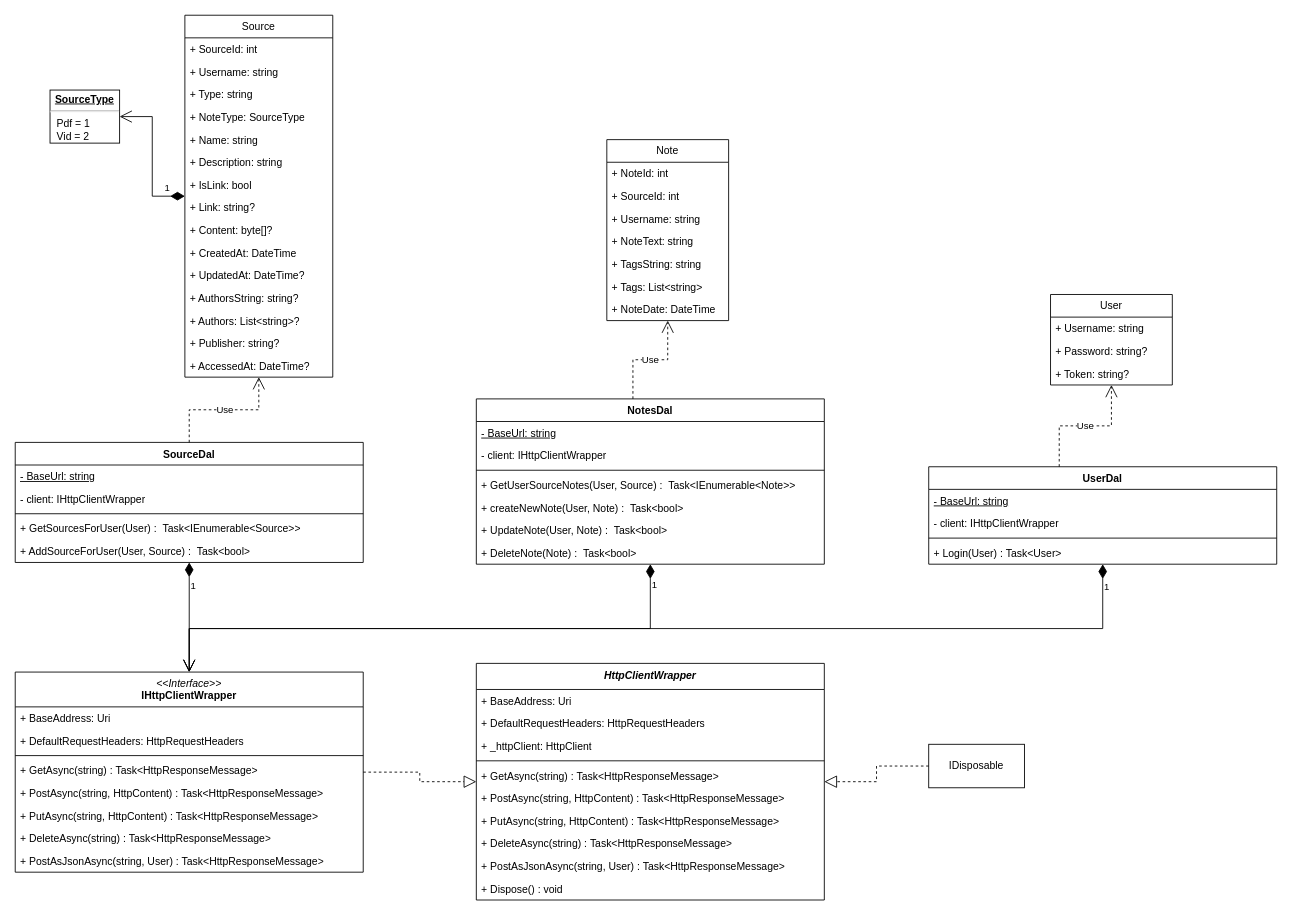
Earlier version of the draw.io diagram page "Desktop.Library" (3 of 3) of Documentation/Class Diagram/Class Diagram.drawio (StevenKight/CS4982-Group-2). Source tidied: cells renumbered, new cells numbered last; positions are measured from the earlier drawing's top-left corner, leaving out a move shared by most shapes. Both pictures are drawn from the tidied source at 87%, with x=0, y=0 at pixel (15, 15).
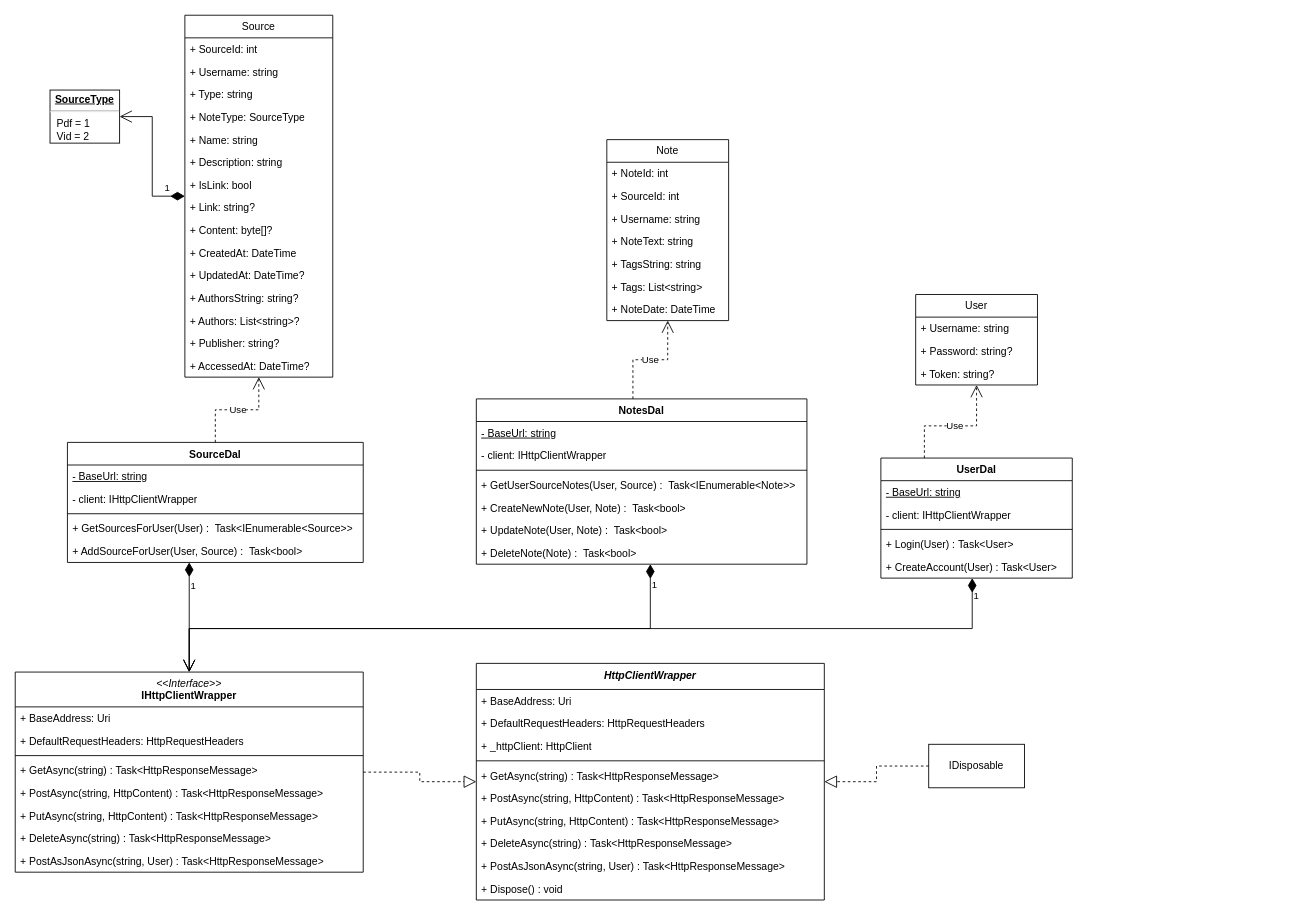
After the change.

Unchanged cells that the change refers to:
```xml
<mxCell id="54" value="&lt;i style=&quot;border-color: var(--border-color); font-weight: 400;&quot;&gt;&amp;lt;&amp;lt;Interface&amp;gt;&amp;gt;&lt;/i&gt;&lt;br&gt;IHttpClientWrapper" style="swimlane;fontStyle=1;align=center;verticalAlign=top;horizontal=1;startSize=40;whiteSpace=wrap;html=1;" parent="1" vertex="1">
  <mxGeometry y="755" width="400" height="230" as="geometry" />
</mxCell>
```

The edit, as a diff of the source:
```diff
@@
     <mxCell id="26" value="User" style="swimlane;fontStyle=0;horizontal=1;startSize=26;fillColor=none;whiteSpace=wrap;html=1;" parent="1" vertex="1">
-      <mxGeometry x="1190" y="321" width="140" height="104" as="geometry" />
+      <mxGeometry x="1035" y="321" width="140" height="104" as="geometry" />
     </mxCell>
@@
     <mxCell id="32" value="NotesDal" style="swimlane;fontStyle=1;align=center;verticalAlign=top;horizontal=1;startSize=26;whiteSpace=wrap;html=1;" parent="1" vertex="1">
-      <mxGeometry x="530" y="441" width="400" height="190" as="geometry" />
+      <mxGeometry x="530" y="441" width="380" height="190" as="geometry" />
     </mxCell>
     <mxCell id="33" value="&lt;u&gt;-&amp;nbsp;BaseUrl: string&lt;/u&gt;" style="text;strokeColor=none;fillColor=none;align=left;verticalAlign=top;spacingLeft=4;spacingRight=4;overflow=hidden;whiteSpace=wrap;html=1;" parent="32" vertex="1">
-      <mxGeometry y="26" width="400" height="26" as="geometry" />
+      <mxGeometry y="26" width="380" height="26" as="geometry" />
     </mxCell>
     <mxCell id="34" value="- client:&amp;nbsp;IHttpClientWrapper" style="text;strokeColor=none;fillColor=none;align=left;verticalAlign=top;spacingLeft=4;spacingRight=4;overflow=hidden;whiteSpace=wrap;html=1;" parent="32" vertex="1">
-      <mxGeometry y="52" width="400" height="26" as="geometry" />
+      <mxGeometry y="52" width="380" height="26" as="geometry" />
     </mxCell>
     <mxCell id="35" style="line;strokeWidth=1;fillColor=none;align=left;verticalAlign=middle;spacingTop=-1;spacingLeft=3;spacingRight=3;labelPosition=right;strokeColor=inherit;" parent="32" vertex="1">
-      <mxGeometry y="78" width="400" height="8" as="geometry" />
+      <mxGeometry y="78" width="380" height="8" as="geometry" />
     </mxCell>
     <mxCell id="36" value="+ GetUserSourceNotes(User, Source) :&amp;nbsp;&amp;nbsp;Task&amp;lt;IEnumerable&amp;lt;Note&amp;gt;&amp;gt;" style="text;strokeColor=none;fillColor=none;align=left;verticalAlign=top;spacingLeft=4;spacingRight=4;overflow=hidden;whiteSpace=wrap;html=1;" parent="32" vertex="1">
-      <mxGeometry y="86" width="400" height="26" as="geometry" />
+      <mxGeometry y="86" width="380" height="26" as="geometry" />
     </mxCell>
-    <mxCell id="37" value="+ createNewNote(User, Note) :&amp;nbsp;&amp;nbsp;Task&amp;lt;bool&amp;gt;" style="text;strokeColor=none;fillColor=none;align=left;verticalAlign=top;spacingLeft=4;spacingRight=4;overflow=hidden;whiteSpace=wrap;html=1;" parent="32" vertex="1">
-      <mxGeometry y="112" width="400" height="26" as="geometry" />
+    <mxCell id="37" value="+ CreateNewNote(User, Note) :&amp;nbsp;&amp;nbsp;Task&amp;lt;bool&amp;gt;" style="text;strokeColor=none;fillColor=none;align=left;verticalAlign=top;spacingLeft=4;spacingRight=4;overflow=hidden;whiteSpace=wrap;html=1;" parent="32" vertex="1">
+      <mxGeometry y="112" width="380" height="26" as="geometry" />
     </mxCell>
     <mxCell id="38" value="+ UpdateNote(User, Note) :&amp;nbsp;&amp;nbsp;Task&amp;lt;bool&amp;gt;" style="text;strokeColor=none;fillColor=none;align=left;verticalAlign=top;spacingLeft=4;spacingRight=4;overflow=hidden;whiteSpace=wrap;html=1;" parent="32" vertex="1">
-      <mxGeometry y="138" width="400" height="26" as="geometry" />
+      <mxGeometry y="138" width="380" height="26" as="geometry" />
     </mxCell>
     <mxCell id="39" value="+ DeleteNote(Note) :&amp;nbsp;&amp;nbsp;Task&amp;lt;bool&amp;gt;" style="text;strokeColor=none;fillColor=none;align=left;verticalAlign=top;spacingLeft=4;spacingRight=4;overflow=hidden;whiteSpace=wrap;html=1;" parent="32" vertex="1">
-      <mxGeometry y="164" width="400" height="26" as="geometry" />
+      <mxGeometry y="164" width="380" height="26" as="geometry" />
     </mxCell>
     <mxCell id="40" value="SourceDal" style="swimlane;fontStyle=1;align=center;verticalAlign=top;horizontal=1;startSize=26;whiteSpace=wrap;html=1;" parent="1" vertex="1">
-      <mxGeometry y="491" width="400" height="138" as="geometry" />
+      <mxGeometry x="60" y="491" width="340" height="138" as="geometry" />
     </mxCell>
     <mxCell id="41" value="&lt;u&gt;-&amp;nbsp;BaseUrl: string&lt;/u&gt;" style="text;strokeColor=none;fillColor=none;align=left;verticalAlign=top;spacingLeft=4;spacingRight=4;overflow=hidden;whiteSpace=wrap;html=1;" parent="40" vertex="1">
-      <mxGeometry y="26" width="400" height="26" as="geometry" />
+      <mxGeometry y="26" width="340" height="26" as="geometry" />
     </mxCell>
     <mxCell id="42" value="- client:&amp;nbsp;IHttpClientWrapper" style="text;strokeColor=none;fillColor=none;align=left;verticalAlign=top;spacingLeft=4;spacingRight=4;overflow=hidden;whiteSpace=wrap;html=1;" parent="40" vertex="1">
-      <mxGeometry y="52" width="400" height="26" as="geometry" />
+      <mxGeometry y="52" width="340" height="26" as="geometry" />
     </mxCell>
     <mxCell id="43" style="line;strokeWidth=1;fillColor=none;align=left;verticalAlign=middle;spacingTop=-1;spacingLeft=3;spacingRight=3;labelPosition=right;strokeColor=inherit;" parent="40" vertex="1">
-      <mxGeometry y="78" width="400" height="8" as="geometry" />
+      <mxGeometry y="78" width="340" height="8" as="geometry" />
     </mxCell>
     <mxCell id="44" value="+ GetSourcesForUser(User) :&amp;nbsp;&amp;nbsp;Task&amp;lt;IEnumerable&amp;lt;Source&amp;gt;&amp;gt;" style="text;strokeColor=none;fillColor=none;align=left;verticalAlign=top;spacingLeft=4;spacingRight=4;overflow=hidden;whiteSpace=wrap;html=1;" parent="40" vertex="1">
-      <mxGeometry y="86" width="400" height="26" as="geometry" />
+      <mxGeometry y="86" width="340" height="26" as="geometry" />
     </mxCell>
     <mxCell id="45" value="+ AddSourceForUser(User, Source) :&amp;nbsp;&amp;nbsp;Task&amp;lt;bool&amp;gt;" style="text;strokeColor=none;fillColor=none;align=left;verticalAlign=top;spacingLeft=4;spacingRight=4;overflow=hidden;whiteSpace=wrap;html=1;" parent="40" vertex="1">
-      <mxGeometry y="112" width="400" height="26" as="geometry" />
+      <mxGeometry y="112" width="340" height="26" as="geometry" />
     </mxCell>
     <mxCell id="46" value="UserDal" style="swimlane;fontStyle=1;align=center;verticalAlign=top;horizontal=1;startSize=26;whiteSpace=wrap;html=1;" parent="1" vertex="1">
-      <mxGeometry x="1050" y="519" width="400" height="112" as="geometry" />
+      <mxGeometry x="995" y="509" width="220" height="138" as="geometry" />
     </mxCell>
     <mxCell id="47" value="&lt;u&gt;-&amp;nbsp;BaseUrl: string&lt;/u&gt;" style="text;strokeColor=none;fillColor=none;align=left;verticalAlign=top;spacingLeft=4;spacingRight=4;overflow=hidden;whiteSpace=wrap;html=1;" parent="46" vertex="1">
-      <mxGeometry y="26" width="400" height="26" as="geometry" />
+      <mxGeometry y="26" width="220" height="26" as="geometry" />
     </mxCell>
     <mxCell id="48" value="- client:&amp;nbsp;IHttpClientWrapper" style="text;strokeColor=none;fillColor=none;align=left;verticalAlign=top;spacingLeft=4;spacingRight=4;overflow=hidden;whiteSpace=wrap;html=1;" parent="46" vertex="1">
-      <mxGeometry y="52" width="400" height="26" as="geometry" />
+      <mxGeometry y="52" width="220" height="26" as="geometry" />
     </mxCell>
     <mxCell id="49" style="line;strokeWidth=1;fillColor=none;align=left;verticalAlign=middle;spacingTop=-1;spacingLeft=3;spacingRight=3;labelPosition=right;strokeColor=inherit;" parent="46" vertex="1">
-      <mxGeometry y="78" width="400" height="8" as="geometry" />
+      <mxGeometry y="78" width="220" height="8" as="geometry" />
     </mxCell>
     <mxCell id="50" value="+&amp;nbsp;Login(User) :&amp;nbsp;Task&amp;lt;User&amp;gt;" style="text;strokeColor=none;fillColor=none;align=left;verticalAlign=top;spacingLeft=4;spacingRight=4;overflow=hidden;whiteSpace=wrap;html=1;" parent="46" vertex="1">
-      <mxGeometry y="86" width="400" height="26" as="geometry" />
+      <mxGeometry y="86" width="220" height="26" as="geometry" />
     </mxCell>
+    <mxCell id="80" value="+ CreateAccount(User) : Task&amp;lt;User&amp;gt;" style="text;strokeColor=none;fillColor=none;align=left;verticalAlign=top;spacingLeft=4;spacingRight=4;overflow=hidden;whiteSpace=wrap;html=1;" parent="46" vertex="1">
+      <mxGeometry y="112" width="220" height="26" as="geometry" />
+    </mxCell>
@@
     <mxCell id="53" value="Use" style="endArrow=open;endSize=12;dashed=1;html=1;rounded=0;edgeStyle=orthogonalEdgeStyle;" parent="1" edge="1" source="46" target="26">
       <mxGeometry relative="1" as="geometry">
         <Array as="points">
-          <mxPoint x="1200" y="472" />
-          <mxPoint x="1260" y="472" />
+          <mxPoint x="1045" y="472" />
+          <mxPoint x="1105" y="472" />
         </Array>
       </mxGeometry>
     </mxCell>
@@
     <mxCell id="65" value="1" style="endArrow=open;html=1;endSize=12;startArrow=diamondThin;startSize=14;startFill=1;edgeStyle=orthogonalEdgeStyle;align=left;verticalAlign=bottom;rounded=0;" parent="1" edge="1" source="46" target="54">
       <mxGeometry x="-0.94" relative="1" as="geometry">
         <Array as="points">
-          <mxPoint x="1250" y="705" />
+          <mxPoint x="1100" y="705" />
           <mxPoint x="200" y="705" />
         </Array>
       </mxGeometry>
     </mxCell>
```
